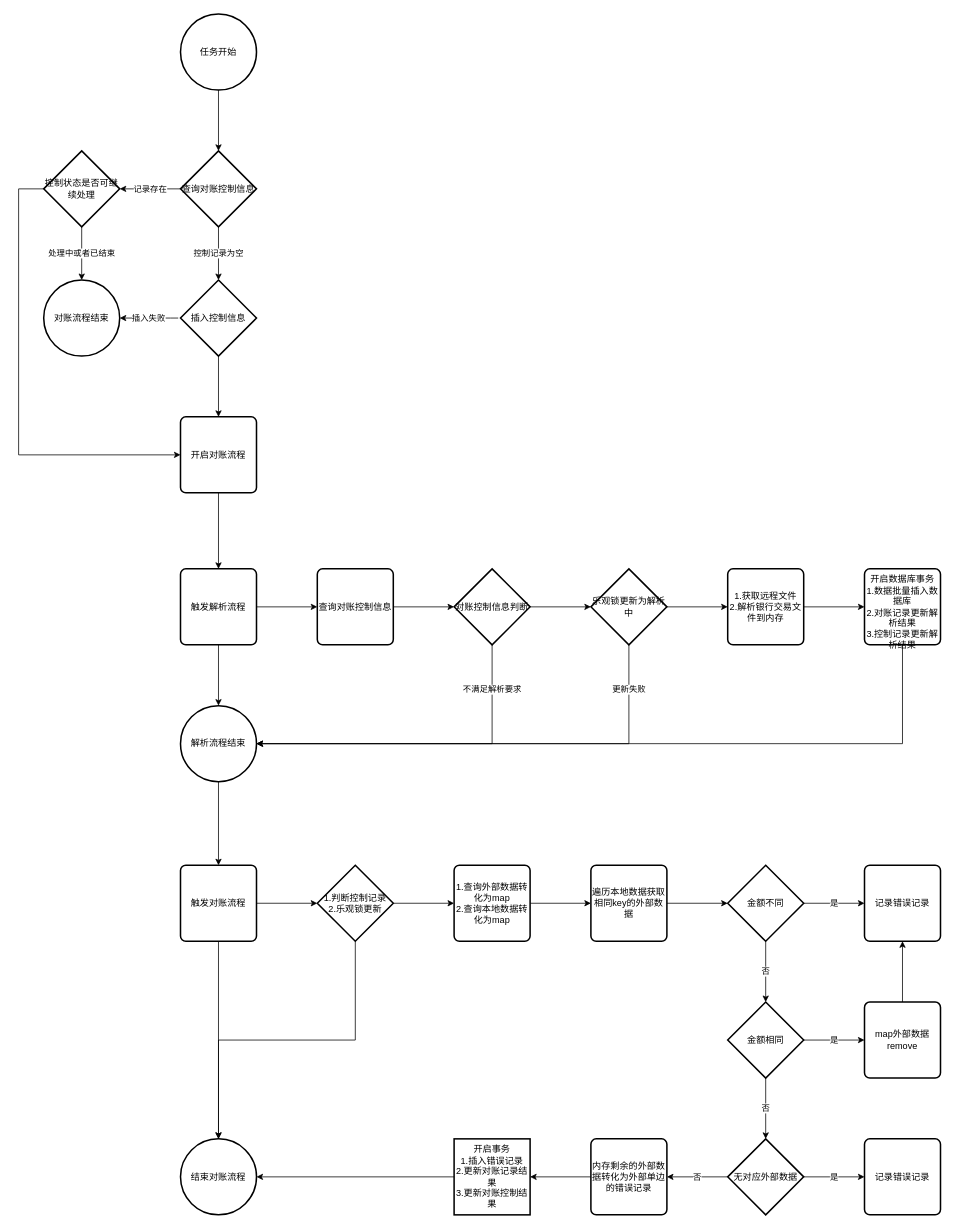
This is 金融科技/OTA分账流程.drawio from 294794668/draw, a draw.io file, before an edit. Source tidied: cells renumbered, new cells numbered last; positions are measured from the earlier drawing's top-left corner, leaving out a move shared by most shapes. Both pictures are drawn from the tidied source at 76%, with x=0, y=0 at pixel (18, 14).
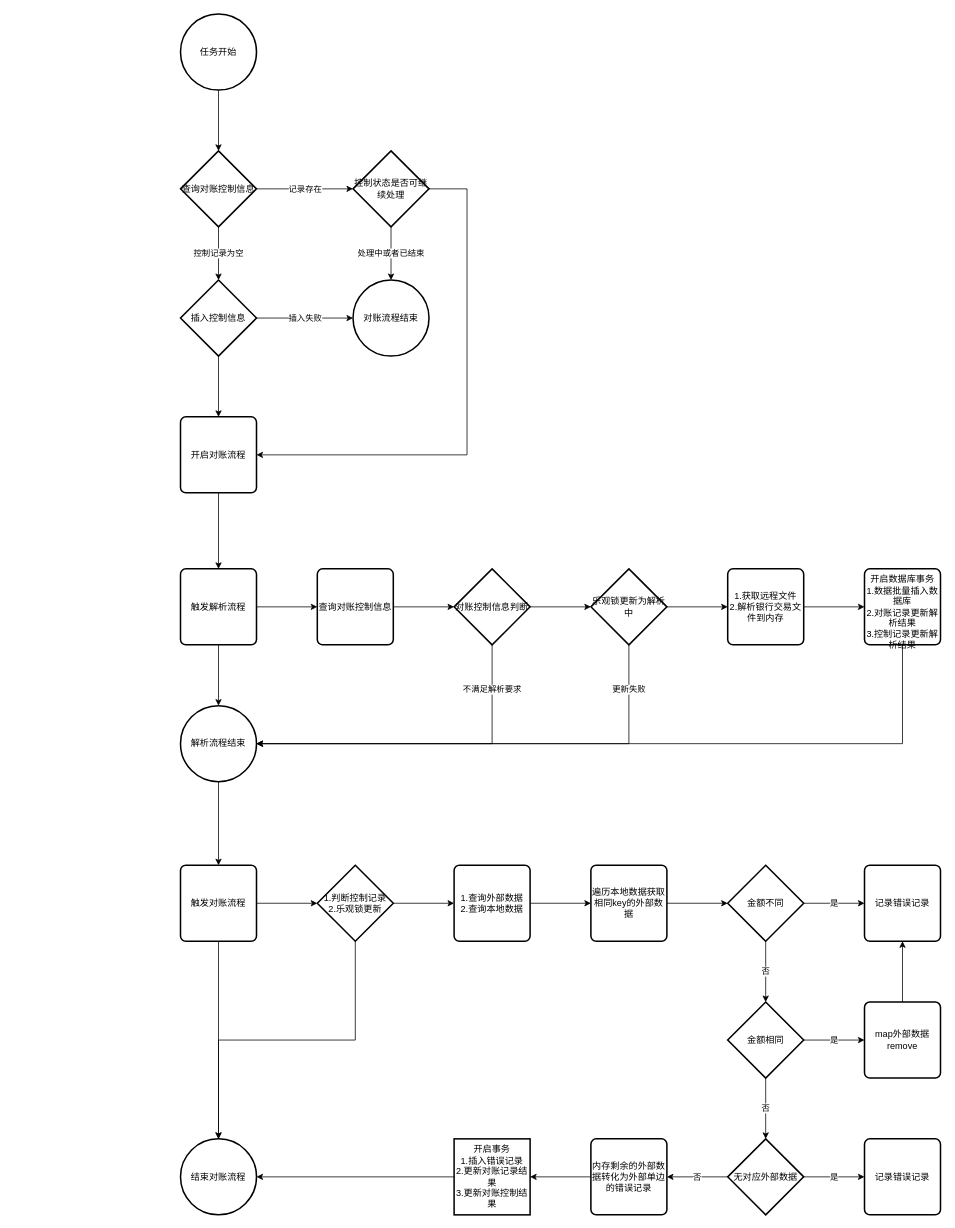
After the change.

Commit message:
更新OTA分账流程.drawio

Unchanged cells that the change refers to:
```xml
<mxCell id="12" value="开启对账流程" style="rounded=1;whiteSpace=wrap;html=1;absoluteArcSize=1;arcSize=14;strokeWidth=2;fontFamily=Helvetica;fontSize=12;fontColor=#000000;align=center;strokeColor=#000000;fillColor=#ffffff;" parent="1" vertex="1">
  <mxGeometry x="213" y="530" width="100" height="100" as="geometry" />
</mxCell>
<mxCell id="60" value="插入控制信息" style="strokeWidth=2;html=1;shape=mxgraph.flowchart.decision;whiteSpace=wrap;fontFamily=Helvetica;fontSize=12;fontColor=#000000;align=center;strokeColor=#000000;fillColor=#ffffff;" parent="1" vertex="1">
  <mxGeometry x="213" y="350" width="100" height="100" as="geometry" />
</mxCell>
```

Change to the diagram source:
```diff
@@
     <mxCell id="7" value="处理中或者已结束" style="edgeStyle=orthogonalEdgeStyle;rounded=0;jettySize=auto;html=1;" parent="1" edge="1" source="9" target="10">
       <mxGeometry relative="1" as="geometry">
         <Array as="points">
-          <mxPoint x="83" y="420" />
+          <mxPoint x="490" y="420" />
         </Array>
       </mxGeometry>
     </mxCell>
     <mxCell id="8" style="edgeStyle=orthogonalEdgeStyle;rounded=0;jettySize=auto;html=1;" parent="1" edge="1" source="9" target="12">
       <mxGeometry relative="1" as="geometry">
         <Array as="points">
-          <mxPoint y="230" />
-          <mxPoint y="580" />
+          <mxPoint x="590" y="230" />
+          <mxPoint x="590" y="580" />
         </Array>
       </mxGeometry>
     </mxCell>
     <mxCell id="9" value="控制状态是否可继续处理" style="strokeWidth=2;html=1;shape=mxgraph.flowchart.decision;whiteSpace=wrap;fontFamily=Helvetica;fontSize=12;fontColor=#000000;align=center;strokeColor=#000000;fillColor=#ffffff;" parent="1" vertex="1">
-      <mxGeometry x="33" y="180" width="100" height="100" as="geometry" />
+      <mxGeometry x="440" y="180" width="100" height="100" as="geometry" />
     </mxCell>
     <mxCell id="10" value="对账流程结束" style="strokeWidth=2;html=1;shape=mxgraph.flowchart.start_2;whiteSpace=wrap;fontFamily=Helvetica;fontSize=12;fontColor=#000000;align=center;strokeColor=#000000;fillColor=#ffffff;" parent="1" vertex="1">
-      <mxGeometry x="33" y="350" width="100" height="100" as="geometry" />
+      <mxGeometry x="440" y="350" width="100" height="100" as="geometry" />
     </mxCell>
@@
-    <mxCell id="37" value="&lt;div&gt;1.查询外部数据转化为map&lt;/div&gt;&lt;div&gt;2.查询本地数据转化为map&lt;br&gt;&lt;/div&gt;" style="rounded=1;whiteSpace=wrap;html=1;absoluteArcSize=1;arcSize=14;strokeWidth=2;fontFamily=Helvetica;fontSize=12;fontColor=#000000;align=center;strokeColor=#000000;fillColor=#ffffff;" parent="1" vertex="1">
+    <mxCell id="37" value="&lt;div&gt;1.查询外部数据&lt;/div&gt;&lt;div&gt;2.查询本地数据&lt;br&gt;&lt;/div&gt;" style="rounded=1;whiteSpace=wrap;html=1;absoluteArcSize=1;arcSize=14;strokeWidth=2;fontFamily=Helvetica;fontSize=12;fontColor=#000000;align=center;strokeColor=#000000;fillColor=#ffffff;" parent="1" vertex="1">
       <mxGeometry x="573" y="1120" width="100" height="100" as="geometry" />
     </mxCell>
@@
-    <mxCell id="58" value="插入失败" style="edgeStyle=orthogonalEdgeStyle;rounded=0;jettySize=auto;html=1;" parent="1" edge="1" target="10">
-      <mxGeometry relative="1" as="geometry">
-        <mxPoint x="210" y="400" as="sourcePoint" />
-        <Array as="points">
-          <mxPoint x="200" y="400" />
-          <mxPoint x="200" y="400" />
-        </Array>
-      </mxGeometry>
+    <mxCell id="58" value="插入失败" style="edgeStyle=orthogonalEdgeStyle;rounded=0;jettySize=auto;html=1;exitX=1;exitY=0.5;exitDx=0;exitDy=0;exitPerimeter=0;" parent="1" edge="1" source="60" target="10">
+      <mxGeometry relative="1" as="geometry" />
     </mxCell>
```
